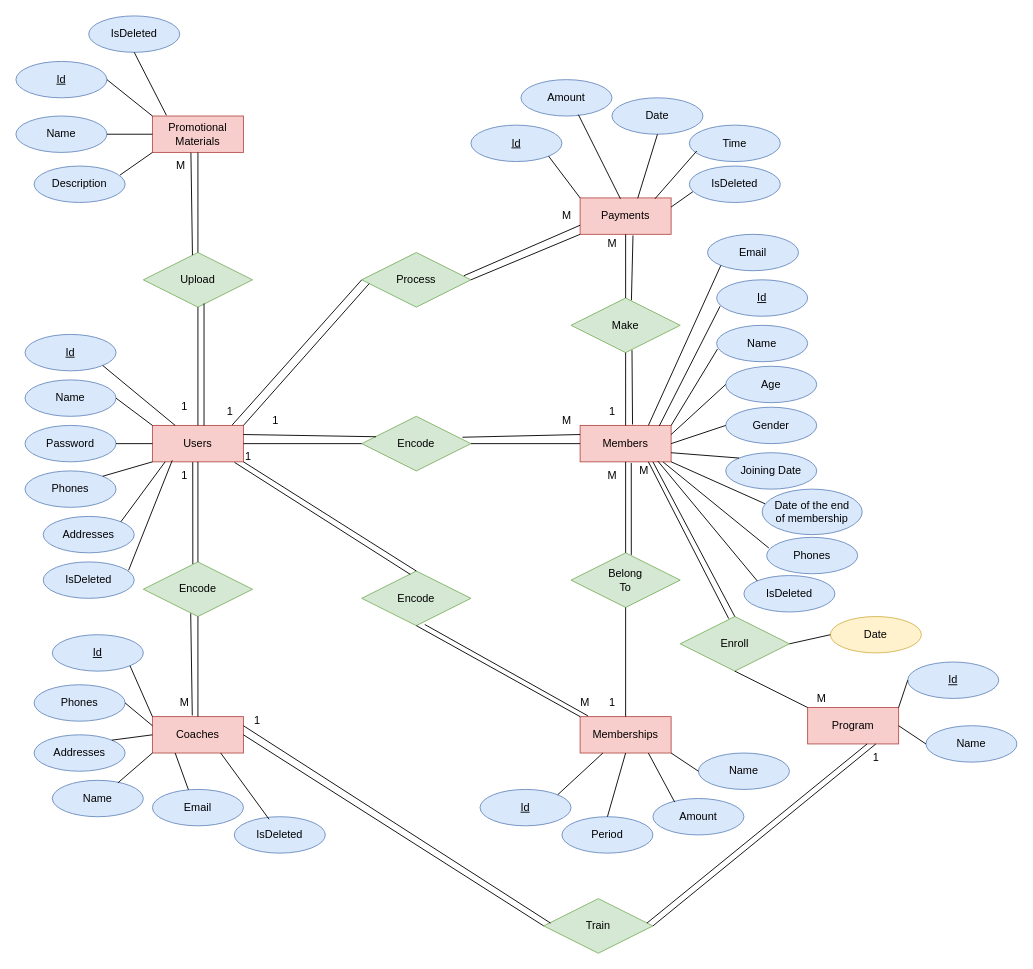
Above: docs/ERD-Gym-Management-System.drawio in Saramohamed13/Gym-Management-System (draw.io), before the change. Source tidied: cells renumbered, new cells numbered last; positions are measured from the earlier drawing's top-left corner, leaving out a move shared by most shapes. Both pictures are drawn from the tidied source at 91%, with x=0, y=0 at pixel (15, 15).
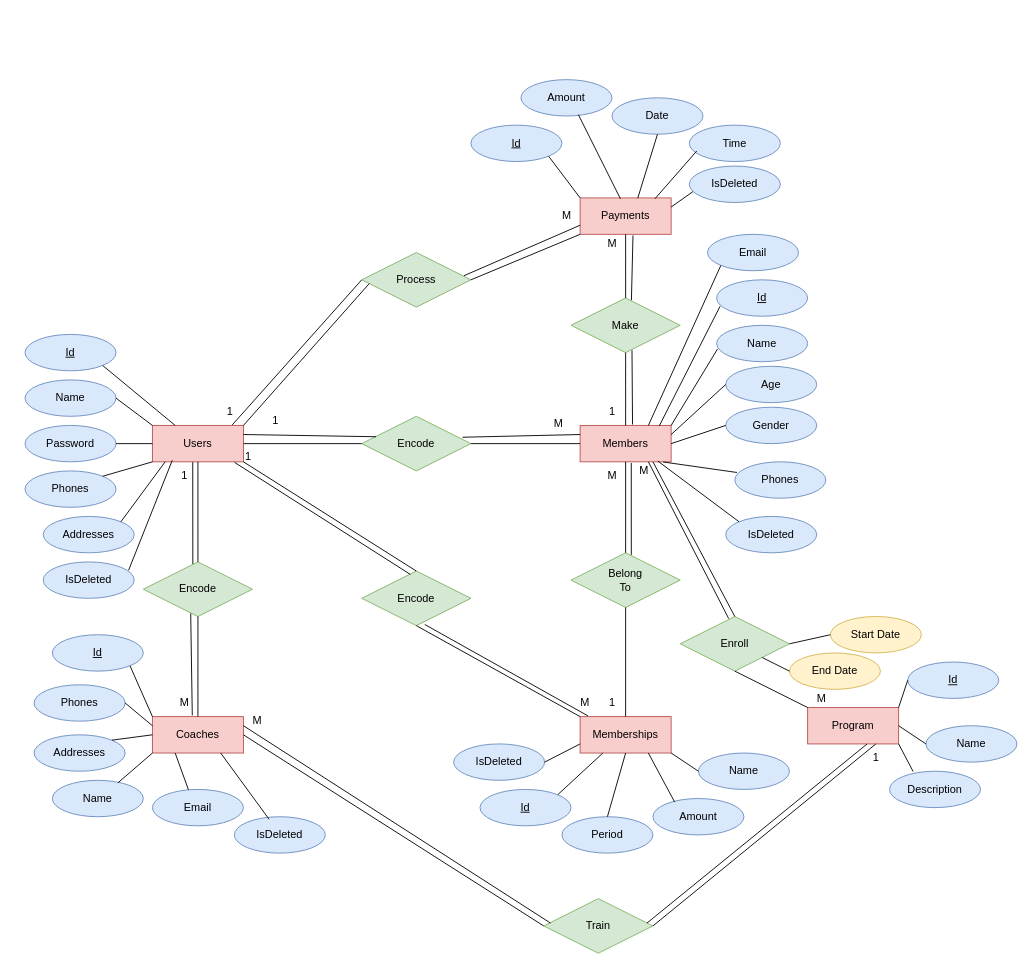
After the change.

Commit message (it also covers changes not shown here):
Updating erd, schema and script files

Unchanged cells that the change refers to:
```xml
<mxCell id="2" value="Users" style="whiteSpace=wrap;html=1;align=center;fillColor=#f8cecc;strokeColor=#b85450;" parent="1" vertex="1">
  <mxGeometry x="150" y="450" width="100" height="40" as="geometry" />
</mxCell>
<mxCell id="3" value="Members" style="whiteSpace=wrap;html=1;align=center;fillColor=#f8cecc;strokeColor=#b85450;" parent="1" vertex="1">
  <mxGeometry x="620" y="450" width="100" height="40" as="geometry" />
</mxCell>
<mxCell id="19" value="Memberships" style="whiteSpace=wrap;html=1;align=center;fillColor=#f8cecc;strokeColor=#b85450;" parent="1" vertex="1">
  <mxGeometry x="620" y="770" width="100" height="40" as="geometry" />
</mxCell>
<mxCell id="56" value="Enroll" style="shape=rhombus;perimeter=rhombusPerimeter;whiteSpace=wrap;html=1;align=center;fillColor=#d5e8d4;strokeColor=#82b366;" parent="1" vertex="1">
  <mxGeometry x="730" y="660" width="120" height="60" as="geometry" />
</mxCell>
<mxCell id="57" value="Program" style="whiteSpace=wrap;html=1;align=center;fillColor=#f8cecc;strokeColor=#b85450;" parent="1" vertex="1">
  <mxGeometry x="870" y="760" width="100" height="40" as="geometry" />
</mxCell>
```

Diff of the diagram source:
```diff
@@
     <mxCell id="10" value="M" style="text;html=1;align=center;verticalAlign=middle;strokeColor=none;fillColor=none;" parent="1" vertex="1">
-      <mxGeometry x="590" y="430" width="30" height="30" as="geometry" />
+      <mxGeometry x="581" y="433" width="30" height="30" as="geometry" />
     </mxCell>
@@
-    <mxCell id="35" value="Promotional&lt;br&gt;Materials" style="whiteSpace=wrap;html=1;align=center;fillColor=#f8cecc;strokeColor=#b85450;" parent="1" vertex="1">
-      <mxGeometry x="150" y="110" width="100" height="40" as="geometry" />
-    </mxCell>
-    <mxCell id="36" value="Upload" style="shape=rhombus;perimeter=rhombusPerimeter;whiteSpace=wrap;html=1;align=center;fillColor=#d5e8d4;strokeColor=#82b366;" parent="1" vertex="1">
-      <mxGeometry x="140" y="260" width="120" height="60" as="geometry" />
-    </mxCell>
-    <mxCell id="37" style="endArrow=none;html=1;rounded=0;entryX=0.5;entryY=1;entryDx=0;entryDy=0;exitX=0.5;exitY=0;exitDx=0;exitDy=0;" parent="1" edge="1" source="36" target="35">
-      <mxGeometry relative="1" as="geometry" />
-    </mxCell>
-    <mxCell id="38" style="endArrow=none;html=1;rounded=0;entryX=0.5;entryY=1;entryDx=0;entryDy=0;exitX=0.5;exitY=0;exitDx=0;exitDy=0;" parent="1" edge="1" source="2" target="36">
-      <mxGeometry relative="1" as="geometry" />
-    </mxCell>
-    <mxCell id="39" style="endArrow=none;html=1;rounded=0;entryX=0.556;entryY=0.967;entryDx=0;entryDy=0;exitX=0.567;exitY=0.052;exitDx=0;exitDy=0;entryPerimeter=0;exitPerimeter=0;" parent="1" edge="1">
-      <mxGeometry relative="1" as="geometry">
-        <mxPoint x="206.7" y="450.1" as="sourcePoint" />
-        <mxPoint x="206.7" y="316" as="targetPoint" />
-      </mxGeometry>
-    </mxCell>
-    <mxCell id="40" style="endArrow=none;html=1;rounded=0;entryX=0.423;entryY=1.007;entryDx=0;entryDy=0;exitX=0.45;exitY=0.047;exitDx=0;exitDy=0;entryPerimeter=0;exitPerimeter=0;" parent="1" edge="1" source="36" target="35">
-      <mxGeometry relative="1" as="geometry" />
-    </mxCell>
-    <mxCell id="41" value="1" style="text;html=1;align=center;verticalAlign=middle;strokeColor=none;fillColor=none;" parent="1" vertex="1">
-      <mxGeometry x="170" y="415" width="30" height="30" as="geometry" />
-    </mxCell>
-    <mxCell id="42" value="M" style="text;html=1;align=center;verticalAlign=middle;strokeColor=none;fillColor=none;" parent="1" vertex="1">
-      <mxGeometry x="166" y="150" width="30" height="30" as="geometry" />
-    </mxCell>
@@
-    <mxCell id="83" value="Id" style="ellipse;whiteSpace=wrap;html=1;align=center;fontStyle=4;fillColor=#dae8fc;strokeColor=#6c8ebf;" parent="1" vertex="1">
-      <mxGeometry y="50" width="100" height="40" as="geometry" />
-    </mxCell>
-    <mxCell id="84" value="Name" style="ellipse;whiteSpace=wrap;html=1;align=center;fillColor=#dae8fc;strokeColor=#6c8ebf;" parent="1" vertex="1">
-      <mxGeometry y="110" width="100" height="40" as="geometry" />
-    </mxCell>
-    <mxCell id="85" value="Description" style="ellipse;whiteSpace=wrap;html=1;align=center;fillColor=#dae8fc;strokeColor=#6c8ebf;" parent="1" vertex="1">
-      <mxGeometry x="20" y="165" width="100" height="40" as="geometry" />
-    </mxCell>
-    <mxCell id="86" style="endArrow=none;html=1;rounded=0;exitX=1;exitY=0.5;exitDx=0;exitDy=0;entryX=0;entryY=0;entryDx=0;entryDy=0;" parent="1" edge="1" source="83" target="35">
-      <mxGeometry relative="1" as="geometry" />
-    </mxCell>
-    <mxCell id="87" style="endArrow=none;html=1;rounded=0;exitX=1;exitY=0.5;exitDx=0;exitDy=0;entryX=0;entryY=0.5;entryDx=0;entryDy=0;" parent="1" edge="1" source="84" target="35">
-      <mxGeometry relative="1" as="geometry" />
-    </mxCell>
-    <mxCell id="88" style="endArrow=none;html=1;rounded=0;exitX=0.944;exitY=0.247;exitDx=0;exitDy=0;entryX=0;entryY=1;entryDx=0;entryDy=0;exitPerimeter=0;" parent="1" edge="1" source="85" target="35">
-      <mxGeometry relative="1" as="geometry" />
-    </mxCell>
@@
-    <mxCell id="107" value="Joining Date" style="ellipse;whiteSpace=wrap;html=1;align=center;fillColor=#dae8fc;strokeColor=#6c8ebf;" parent="1" vertex="1">
-      <mxGeometry x="780" y="480" width="100" height="40" as="geometry" />
-    </mxCell>
-    <mxCell id="108" value="Date of the end&lt;br&gt;of membership" style="ellipse;whiteSpace=wrap;html=1;align=center;fillColor=#dae8fc;strokeColor=#6c8ebf;" parent="1" vertex="1">
-      <mxGeometry x="820" y="520" width="110" height="50" as="geometry" />
-    </mxCell>
@@
     <mxCell id="112" value="Phones" style="ellipse;whiteSpace=wrap;html=1;align=center;fillColor=#dae8fc;strokeColor=#6c8ebf;" parent="1" vertex="1">
-      <mxGeometry x="825" y="573" width="100" height="40" as="geometry" />
+      <mxGeometry x="790" y="490" width="100" height="40" as="geometry" />
     </mxCell>
@@
-    <mxCell id="118" style="endArrow=none;html=1;rounded=0;exitX=1;exitY=0.75;exitDx=0;exitDy=0;entryX=0;entryY=0;entryDx=0;entryDy=0;" parent="1" edge="1" source="3" target="107">
-      <mxGeometry relative="1" as="geometry" />
-    </mxCell>
-    <mxCell id="119" style="endArrow=none;html=1;rounded=0;exitX=1;exitY=1;exitDx=0;exitDy=0;entryX=0.029;entryY=0.322;entryDx=0;entryDy=0;entryPerimeter=0;" parent="1" edge="1" source="3" target="108">
-      <mxGeometry relative="1" as="geometry" />
-    </mxCell>
@@
-    <mxCell id="130" value="1" style="text;html=1;align=center;verticalAlign=middle;strokeColor=none;fillColor=none;" parent="1" vertex="1">
+    <mxCell id="130" value="M" style="text;html=1;align=center;verticalAlign=middle;strokeColor=none;fillColor=none;" parent="1" vertex="1">
       <mxGeometry x="250" y="760" width="30" height="30" as="geometry" />
     </mxCell>
@@
-    <mxCell id="132" value="Date" style="ellipse;whiteSpace=wrap;html=1;align=center;fillColor=#fff2cc;strokeColor=#d6b656;" parent="1" vertex="1">
+    <mxCell id="132" value="Start Date" style="ellipse;whiteSpace=wrap;html=1;align=center;fillColor=#fff2cc;strokeColor=#d6b656;" parent="1" vertex="1">
       <mxGeometry x="895" y="660" width="100" height="40" as="geometry" />
     </mxCell>
@@
-    <mxCell id="136" value="IsDeleted" style="ellipse;whiteSpace=wrap;html=1;align=center;fillColor=#dae8fc;strokeColor=#6c8ebf;" parent="1" vertex="1">
-      <mxGeometry x="80" width="100" height="40" as="geometry" />
-    </mxCell>
-    <mxCell id="137" style="endArrow=none;html=1;rounded=0;exitX=0.5;exitY=1;exitDx=0;exitDy=0;entryX=0.154;entryY=-0.02;entryDx=0;entryDy=0;entryPerimeter=0;" parent="1" edge="1" source="136" target="35">
-      <mxGeometry relative="1" as="geometry" />
-    </mxCell>
@@
     <mxCell id="140" value="IsDeleted" style="ellipse;whiteSpace=wrap;html=1;align=center;fillColor=#dae8fc;strokeColor=#6c8ebf;" parent="1" vertex="1">
-      <mxGeometry x="800" y="615" width="100" height="40" as="geometry" />
+      <mxGeometry x="780" y="550" width="100" height="40" as="geometry" />
     </mxCell>
@@
+    <mxCell id="144" value="End Date" style="ellipse;whiteSpace=wrap;html=1;align=center;fillColor=#fff2cc;strokeColor=#d6b656;" parent="1" vertex="1">
+      <mxGeometry x="850" y="700" width="100" height="40" as="geometry" />
+    </mxCell>
+    <mxCell id="145" style="endArrow=none;html=1;rounded=0;exitX=1;exitY=1;exitDx=0;exitDy=0;entryX=0;entryY=0.5;entryDx=0;entryDy=0;" parent="1" edge="1" source="56" target="144">
+      <mxGeometry relative="1" as="geometry" />
+    </mxCell>
+    <mxCell id="136" value="IsDeleted" style="ellipse;whiteSpace=wrap;html=1;align=center;fillColor=#dae8fc;strokeColor=#6c8ebf;" parent="1" vertex="1">
+      <mxGeometry x="481" y="800" width="100" height="40" as="geometry" />
+    </mxCell>
+    <mxCell id="146" style="endArrow=none;html=1;rounded=0;exitX=1;exitY=0.5;exitDx=0;exitDy=0;entryX=0;entryY=0.75;entryDx=0;entryDy=0;" parent="1" edge="1" source="136" target="19">
+      <mxGeometry relative="1" as="geometry" />
+    </mxCell>
+    <mxCell id="85" value="Description" style="ellipse;whiteSpace=wrap;html=1;align=center;fillColor=#dae8fc;strokeColor=#6c8ebf;" parent="1" vertex="1">
+      <mxGeometry x="960" y="830" width="100" height="40" as="geometry" />
+    </mxCell>
+    <mxCell id="147" style="endArrow=none;html=1;rounded=0;entryX=0.26;entryY=0.01;entryDx=0;entryDy=0;exitX=1;exitY=1;exitDx=0;exitDy=0;entryPerimeter=0;" parent="1" edge="1" source="57" target="85">
+      <mxGeometry relative="1" as="geometry" />
+    </mxCell>
```
